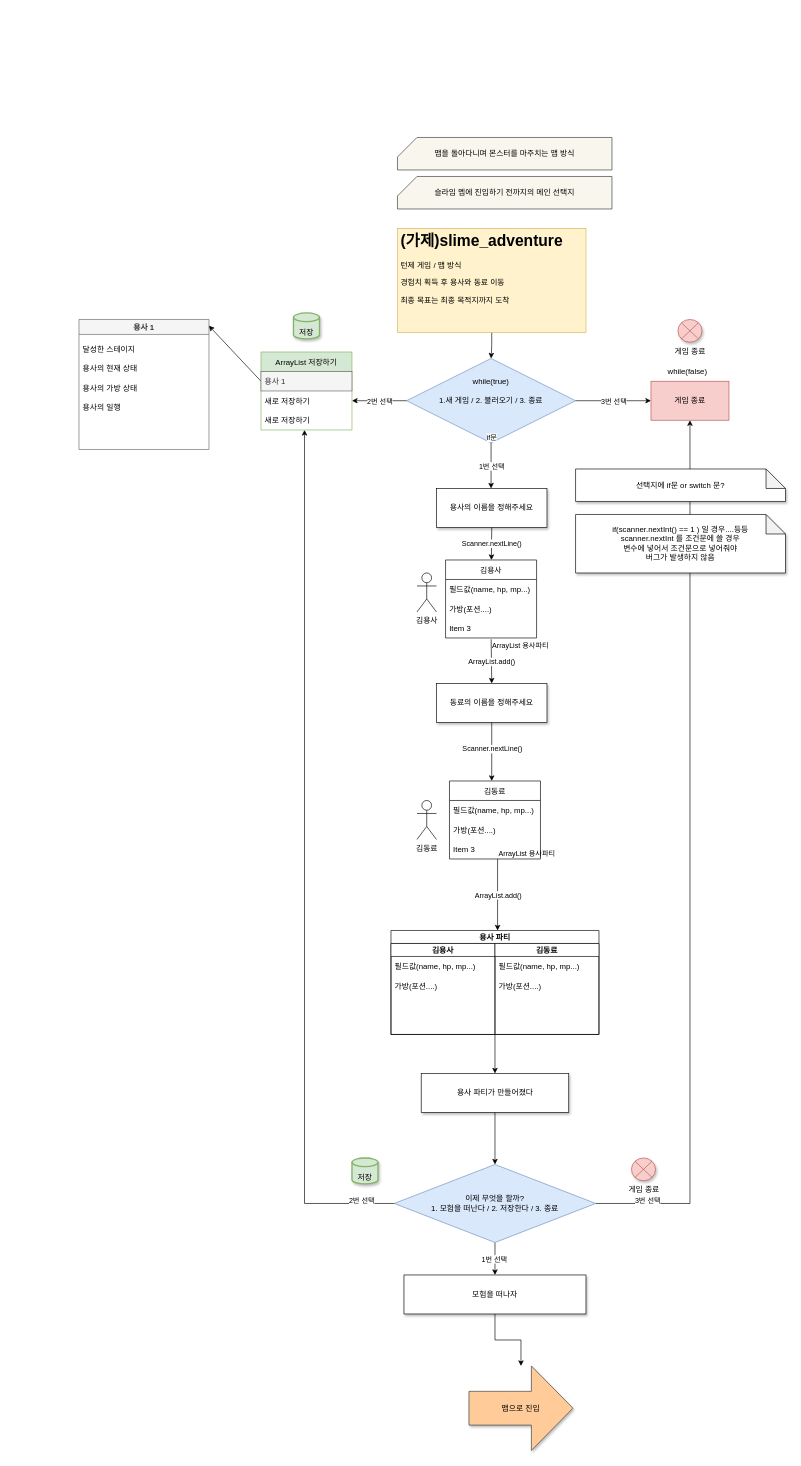
slime-and-Hero/slime_adventure keeps this draw.io diagram as page "game_start" (1 of 4) of Untitled Diagram.drawio. Above is the earlier version. Source tidied: cells renumbered, new cells numbered last; positions are measured from the earlier drawing's top-left corner, leaving out a move shared by most shapes. Both pictures are drawn from the tidied source at 65%, with x=0, y=0 at pixel (79, 137).
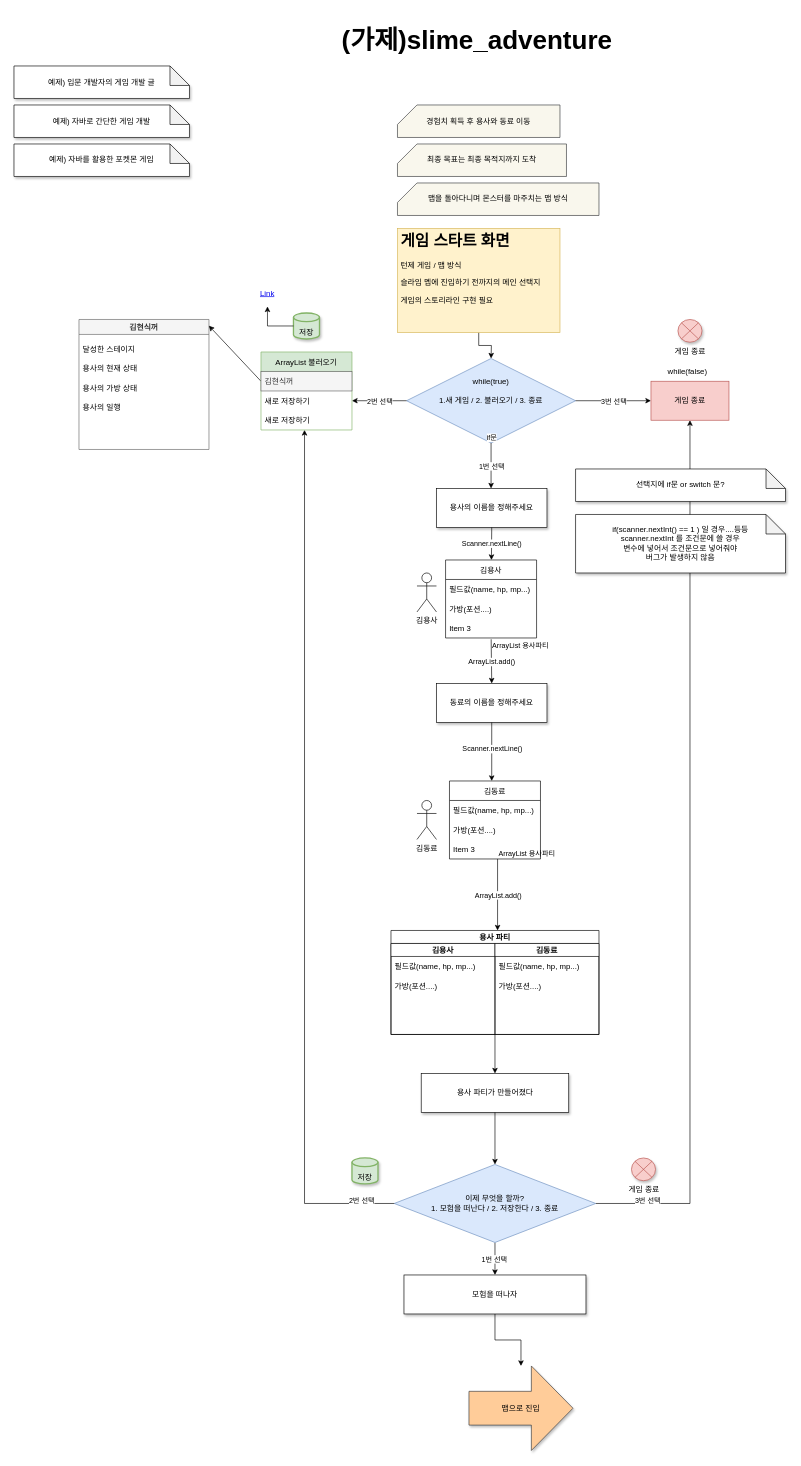
After the change.

Unchanged cells that the change refers to:
```xml
<mxCell id="54" style="group;" parent="1" vertex="1">
  <mxGeometry x="280" y="270" width="140" height="180" as="geometry" />
</mxCell>
<mxCell id="59" value="저장" style="strokeWidth=2;html=1;shape=mxgraph.flowchart.database;whiteSpace=wrap;shadow=1;fillColor=#d5e8d4;strokeColor=#82b366;verticalAlign=bottom;" parent="54" vertex="1">
  <mxGeometry x="50" width="40" height="40" as="geometry" />
</mxCell>
```

What changed in the source:
```diff
@@
-    <mxCell id="4" value="&lt;h1&gt;(가제)slime_adventure&lt;/h1&gt;&lt;p&gt;턴제 게임 / 맵 방식&lt;/p&gt;&lt;p&gt;경험치 획득 후 용사와 동료 이동&lt;/p&gt;&lt;p&gt;최종 목표는 최종 목적지까지 도착&lt;/p&gt;" style="text;html=1;strokeColor=#d6b656;fillColor=#fff2cc;spacing=5;spacingTop=-20;whiteSpace=wrap;overflow=hidden;rounded=0;" parent="1" vertex="1">
-      <mxGeometry x="490" y="140" width="290" height="160" as="geometry" />
+    <mxCell id="4" value="&lt;h1&gt;게임 스타트 화면&lt;/h1&gt;&lt;p&gt;턴제 게임 / 맵 방식&lt;/p&gt;&lt;p&gt;&lt;span style=&quot;text-align: center;&quot;&gt;슬라임 멥에 진입하기 전까지의 메인 선택지&lt;/span&gt;&lt;br&gt;&lt;/p&gt;&lt;p&gt;&lt;span style=&quot;text-align: center;&quot;&gt;게임의 스토리라인 구현 필요&lt;/span&gt;&lt;/p&gt;" style="text;html=1;strokeColor=#d6b656;fillColor=#fff2cc;spacing=5;spacingTop=-20;whiteSpace=wrap;overflow=hidden;rounded=0;" parent="1" vertex="1">
+      <mxGeometry x="490" y="140" width="250" height="160" as="geometry" />
     </mxCell>
@@
-    <mxCell id="14" value="용사 1" style="swimlane;fillColor=#f5f5f5;fontColor=#333333;strokeColor=#666666;" parent="1" vertex="1">
+    <mxCell id="14" value="김현식꺼" style="swimlane;fillColor=#f5f5f5;fontColor=#333333;strokeColor=#666666;" parent="1" vertex="1">
       <mxGeometry y="280" width="200" height="200" as="geometry" />
     </mxCell>
@@
     <mxCell id="39" value="맵을 돌아다니며 몬스터를 마주치는 맵 방식" style="shape=card;whiteSpace=wrap;html=1;align=center;fillColor=#f9f7ed;strokeColor=#36393d;" parent="1" vertex="1">
-      <mxGeometry x="490" width="330" height="50" as="geometry" />
+      <mxGeometry x="490" y="70" width="310" height="50" as="geometry" />
     </mxCell>
-    <mxCell id="40" value="슬라임 멥에 진입하기 전까지의 메인 선택지" style="shape=card;whiteSpace=wrap;html=1;fillColor=#f9f7ed;strokeColor=#36393d;" parent="1" vertex="1">
-      <mxGeometry x="490" y="60" width="330" height="50" as="geometry" />
+    <mxCell id="40" value="&lt;span style=&quot;text-align: left;&quot;&gt;최종 목표는 최종 목적지까지 도착&lt;/span&gt;" style="shape=card;whiteSpace=wrap;html=1;fillColor=#f9f7ed;strokeColor=#36393d;" parent="1" vertex="1">
+      <mxGeometry x="490" y="10" width="260" height="50" as="geometry" />
     </mxCell>
@@
-    <mxCell id="55" value="ArrayList 저장하기" style="swimlane;fontStyle=0;horizontal=1;startSize=30;fillColor=#d5e8d4;strokeColor=#82b366;" parent="54" vertex="1">
+    <mxCell id="55" value="ArrayList 불러오기" style="swimlane;fontStyle=0;horizontal=1;startSize=30;fillColor=#d5e8d4;strokeColor=#82b366;" parent="54" vertex="1">
       <mxGeometry y="60" width="140" height="120" as="geometry" />
     </mxCell>
-    <mxCell id="56" value="용사 1" style="text;strokeColor=#666666;fillColor=#f5f5f5;align=left;verticalAlign=middle;spacingLeft=4;spacingRight=4;overflow=hidden;points=[[0,0.5],[1,0.5]];portConstraint=eastwest;fontColor=#333333;" parent="55" vertex="1">
+    <mxCell id="56" value="김현식꺼" style="text;strokeColor=#666666;fillColor=#f5f5f5;align=left;verticalAlign=middle;spacingLeft=4;spacingRight=4;overflow=hidden;points=[[0,0.5],[1,0.5]];portConstraint=eastwest;fontColor=#333333;" parent="55" vertex="1">
       <mxGeometry y="30" width="140" height="30" as="geometry" />
     </mxCell>
@@
+    <mxCell id="79" value="Link" style="text;html=1;strokeColor=none;fillColor=none;whiteSpace=wrap;align=center;verticalAlign=middle;fontColor=#0000EE;fontStyle=4;shadow=1;" parent="1" vertex="1">
+      <mxGeometry x="260" y="220" width="60" height="40" as="geometry" />
+    </mxCell>
+    <mxCell id="80" style="edgeStyle=orthogonalEdgeStyle;rounded=0;jettySize=auto;html=1;" parent="1" edge="1" source="59" target="79">
+      <mxGeometry relative="1" as="geometry" />
+    </mxCell>
+    <mxCell id="81" value="예제) 입문 개발자의 게임 개발 글" style="shape=note;whiteSpace=wrap;html=1;backgroundOutline=1;darkOpacity=0.05;shadow=1;strokeColor=default;fillColor=default;" parent="1" vertex="1">
+      <mxGeometry x="-100" y="-110" width="270" height="50" as="geometry" />
+    </mxCell>
+    <mxCell id="82" value="&lt;font style=&quot;font-size: 40px;&quot;&gt;(가제)slime_adventure&lt;/font&gt;" style="text;strokeColor=none;fillColor=none;html=1;fontSize=24;fontStyle=1;verticalAlign=middle;align=center;shadow=1;" parent="1" vertex="1">
+      <mxGeometry x="394.5" y="-190" width="435" height="80" as="geometry" />
+    </mxCell>
+    <mxCell id="83" value="&lt;span style=&quot;text-align: left;&quot;&gt;경험치 획득 후 용사와 동료 이동&lt;/span&gt;" style="shape=card;whiteSpace=wrap;html=1;align=center;fillColor=#f9f7ed;strokeColor=#36393d;" parent="1" vertex="1">
+      <mxGeometry x="490" y="-50" width="250" height="50" as="geometry" />
+    </mxCell>
+    <mxCell id="84" value="예제) 자바로 간단한 게임 개발" style="shape=note;whiteSpace=wrap;html=1;backgroundOutline=1;darkOpacity=0.05;shadow=1;strokeColor=default;fillColor=default;" parent="1" vertex="1">
+      <mxGeometry x="-100" y="-50" width="270" height="50" as="geometry" />
+    </mxCell>
+    <mxCell id="85" value="예제) 자바를 활용한 포켓몬 게임" style="shape=note;whiteSpace=wrap;html=1;backgroundOutline=1;darkOpacity=0.05;shadow=1;strokeColor=default;fillColor=default;" parent="1" vertex="1">
+      <mxGeometry x="-100" y="10" width="270" height="50" as="geometry" />
+    </mxCell>
```
